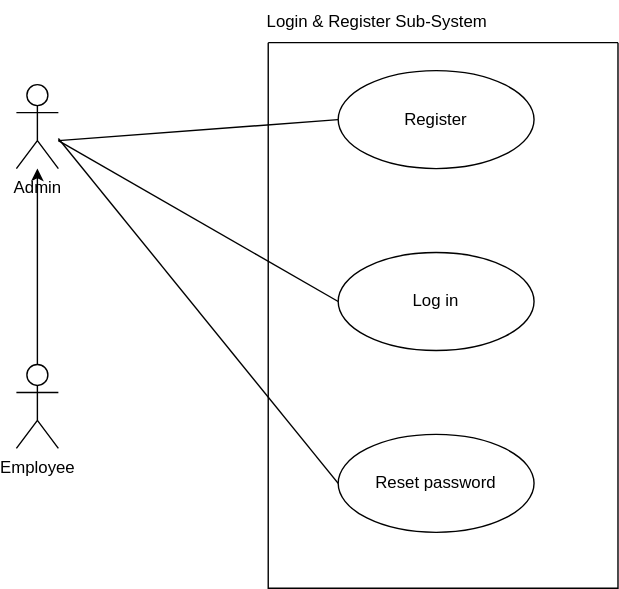
This is Login Register.svg from Simamkele88/IFM3_GP, a draw.io export, as it was before one commit. Source tidied: cells renumbered, new cells last; positions are measured from the earlier drawing's top-left corner, leaving out a move shared by most shapes.
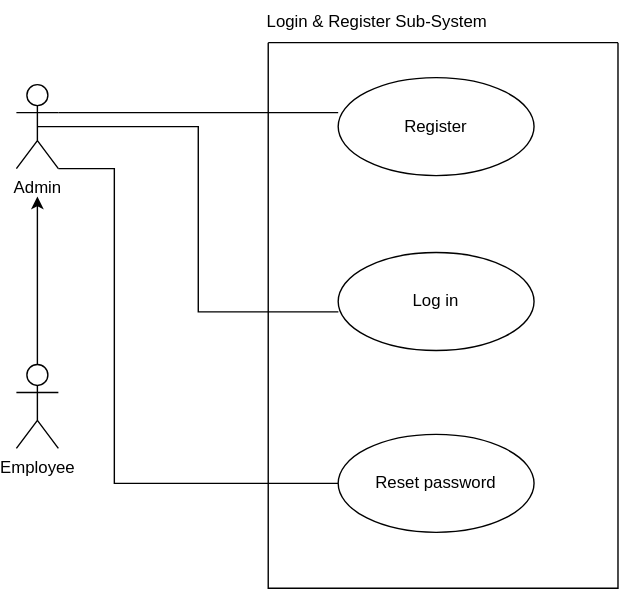
The same diagram one commit later.

What changed in the source:
```diff
@@ -2,8 +2,10 @@
   <root>
     <mxCell id="0" />
     <mxCell id="1" parent="0" />
-    <mxCell id="2" style="edgeStyle=orthogonalEdgeStyle;rounded=0;jettySize=auto;html=1;" parent="1" edge="1" source="3" target="12">
-      <mxGeometry relative="1" as="geometry" />
+    <mxCell id="2" style="edgeStyle=orthogonalEdgeStyle;rounded=0;jettySize=auto;html=1;" parent="1" edge="1" source="3">
+      <mxGeometry relative="1" as="geometry">
+        <mxPoint x="15" y="140" as="targetPoint" />
+      </mxGeometry>
     </mxCell>
     <mxCell id="3" value="Employee" style="shape=umlActor;verticalLabelPosition=bottom;verticalAlign=top;html=1;outlineConnect=0;" parent="1" vertex="1">
       <mxGeometry y="260" width="30" height="60" as="geometry" />
@@ -15,31 +17,30 @@
       <mxGeometry x="50" y="150" width="140" height="70" as="geometry" />
     </mxCell>
     <mxCell id="6" value="Register" style="ellipse;whiteSpace=wrap;html=1;" parent="4" vertex="1">
-      <mxGeometry x="50" y="20" width="140" height="70" as="geometry" />
+      <mxGeometry x="50" y="25" width="140" height="70" as="geometry" />
     </mxCell>
     <mxCell id="7" value="Reset password" style="ellipse;whiteSpace=wrap;html=1;strokeColor=default;align=center;verticalAlign=middle;fontFamily=Helvetica;fontSize=12;fontColor=default;fillColor=default;" parent="4" vertex="1">
       <mxGeometry x="50" y="280" width="140" height="70" as="geometry" />
     </mxCell>
-    <mxCell id="8" style="endArrow=none;html=1;rounded=0;entryX=0;entryY=0.5;entryDx=0;entryDy=0;" parent="1" edge="1" target="5">
-      <mxGeometry relative="1" as="geometry">
-        <mxPoint x="30" y="100" as="sourcePoint" />
-      </mxGeometry>
-    </mxCell>
     <mxCell id="9" value="Login &amp;amp; Register Sub-System" style="text;html=1;align=center;verticalAlign=middle;whiteSpace=wrap;rounded=0;" parent="1" vertex="1">
       <mxGeometry x="170" width="176" height="30" as="geometry" />
     </mxCell>
-    <mxCell id="10" style="endArrow=none;html=1;rounded=0;entryX=0;entryY=0.5;entryDx=0;entryDy=0;" parent="1" edge="1" target="7">
-      <mxGeometry relative="1" as="geometry">
-        <mxPoint x="30" y="98.5" as="sourcePoint" />
-      </mxGeometry>
-    </mxCell>
-    <mxCell id="11" style="endArrow=none;html=1;rounded=0;entryX=0;entryY=0.5;entryDx=0;entryDy=0;" parent="1" edge="1" target="6">
-      <mxGeometry relative="1" as="geometry">
-        <mxPoint x="30" y="100" as="sourcePoint" />
-      </mxGeometry>
-    </mxCell>
+    <mxCell id="13" style="edgeStyle=orthogonalEdgeStyle;rounded=0;jettySize=auto;html=1;exitX=1;exitY=1;exitDx=0;exitDy=0;exitPerimeter=0;entryX=0;entryY=0.5;entryDx=0;entryDy=0;endArrow=none;startFill=0;" parent="1" edge="1" source="12" target="7">
+      <mxGeometry relative="1" as="geometry">
+        <Array as="points">
+          <mxPoint x="70" y="120" />
+          <mxPoint x="70" y="345" />
+        </Array>
+      </mxGeometry>
+    </mxCell>
     <mxCell id="12" value="Admin" style="shape=umlActor;verticalLabelPosition=bottom;verticalAlign=top;html=1;outlineConnect=0;" parent="1" vertex="1">
       <mxGeometry y="60" width="30" height="60" as="geometry" />
     </mxCell>
+    <mxCell id="14" style="edgeStyle=orthogonalEdgeStyle;rounded=0;jettySize=auto;html=1;entryX=0.001;entryY=0.606;entryDx=0;entryDy=0;entryPerimeter=0;exitX=0.5;exitY=0.5;exitDx=0;exitDy=0;exitPerimeter=0;endArrow=none;startFill=0;" parent="1" edge="1" source="12" target="5">
+      <mxGeometry relative="1" as="geometry" />
+    </mxCell>
+    <mxCell id="15" style="edgeStyle=orthogonalEdgeStyle;rounded=0;jettySize=auto;html=1;exitX=1;exitY=0.3333333333333333;exitDx=0;exitDy=0;exitPerimeter=0;entryX=0;entryY=0.357;entryDx=0;entryDy=0;entryPerimeter=0;endArrow=none;startFill=0;" parent="1" edge="1" source="12" target="6">
+      <mxGeometry relative="1" as="geometry" />
+    </mxCell>
   </root>
 </mxGraphModel>
```
